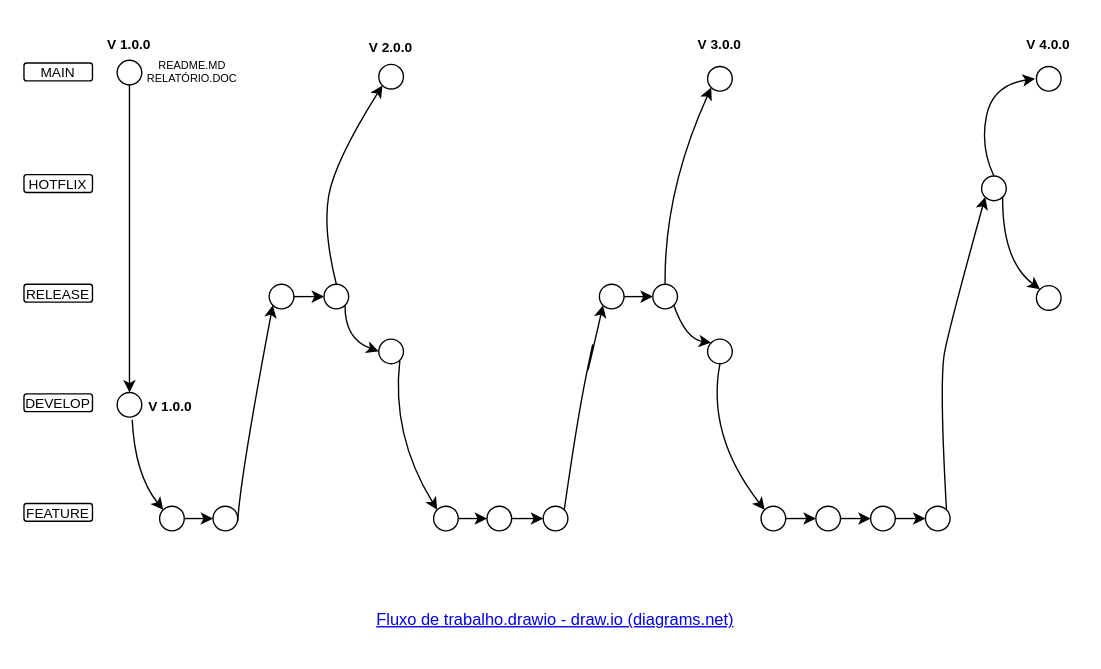
NandoBalzaneli/Projeto-Integrador-01 keeps this draw.io diagram as Fluxo de trabalho.drawio. Above is the earlier version. Source tidied: cells renumbered, new cells numbered last; positions are measured from the earlier drawing's top-left corner, leaving out a move shared by most shapes. Both pictures are drawn from the tidied source at 137%, with x=0, y=0 at pixel (23, 23).
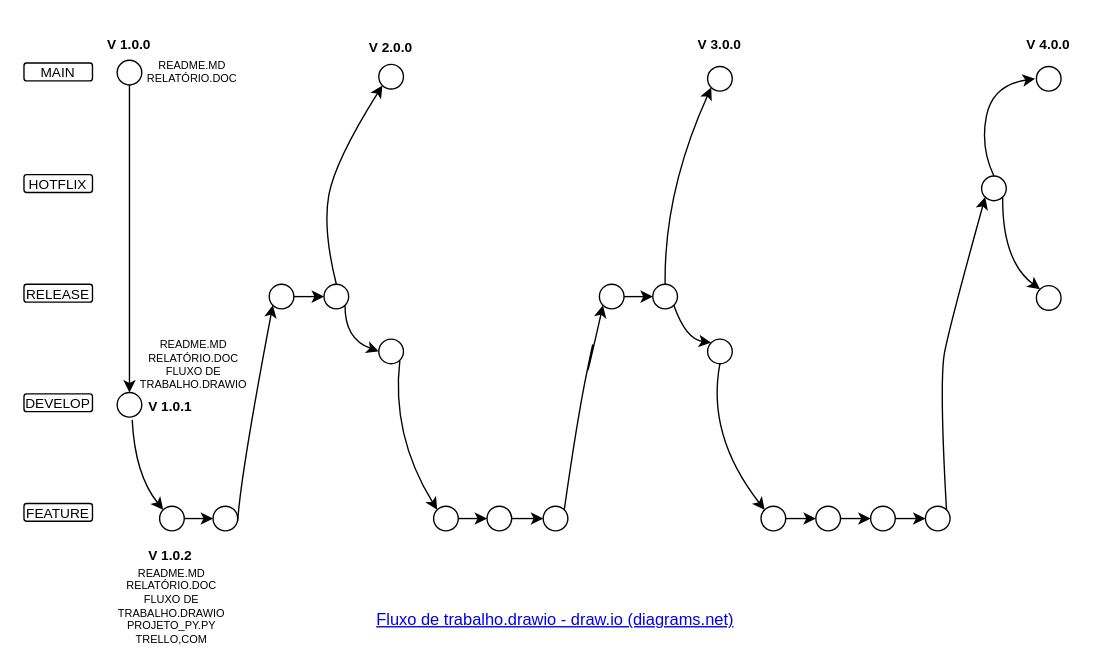
Above is the later version.

Change to the diagram source:
```diff
@@
-    <mxCell id="13" value="V 1.0.0" style="text;html=1;align=center;verticalAlign=middle;whiteSpace=wrap;rounded=0;fontSize=10;fontStyle=1;strokeWidth=1;spacing=2;" parent="1" vertex="1">
+    <mxCell id="13" value="V 1.0.1" style="text;html=1;align=center;verticalAlign=middle;whiteSpace=wrap;rounded=0;fontSize=10;fontStyle=1;strokeWidth=1;spacing=2;" parent="1" vertex="1">
       <mxGeometry x="86" y="270.5" width="42" height="16.5" as="geometry" />
     </mxCell>
@@
+    <mxCell id="59" value="V 1.0.2" style="text;html=1;align=center;verticalAlign=middle;whiteSpace=wrap;rounded=0;fontSize=10;fontStyle=1;strokeWidth=1;spacing=2;" parent="1" vertex="1">
+      <mxGeometry x="86" y="380" width="42" height="16.5" as="geometry" />
+    </mxCell>
+    <mxCell id="60" value="&lt;font style=&quot;font-size: 8px;&quot;&gt;README.MD&lt;/font&gt;&lt;div style=&quot;font-size: 8px;&quot;&gt;&lt;font style=&quot;font-size: 8px;&quot;&gt;RELATÓRIO.DOC&lt;/font&gt;&lt;/div&gt;&lt;div style=&quot;font-size: 8px;&quot;&gt;FLUXO DE TRABALHO.DRAWIO&lt;/div&gt;" style="text;html=1;align=center;verticalAlign=middle;whiteSpace=wrap;rounded=0;fontSize=8;strokeWidth=1;spacing=2;" parent="1" vertex="1">
+      <mxGeometry x="99" y="239" width="50" height="19" as="geometry" />
+    </mxCell>
+    <mxCell id="61" value="&lt;font style=&quot;font-size: 8px;&quot;&gt;README.MD&lt;/font&gt;&lt;div style=&quot;font-size: 8px;&quot;&gt;&lt;font style=&quot;font-size: 8px;&quot;&gt;RELATÓRIO.DOC&lt;/font&gt;&lt;/div&gt;&lt;div style=&quot;font-size: 8px;&quot;&gt;FLUXO DE TRABALHO.DRAWIO&lt;/div&gt;&lt;div style=&quot;&quot;&gt;PROJETO_PY.PY&lt;/div&gt;&lt;div style=&quot;&quot;&gt;TRELLO,COM&lt;/div&gt;" style="text;html=1;align=center;verticalAlign=middle;whiteSpace=wrap;rounded=0;fontSize=8;strokeWidth=1;spacing=2;" parent="1" vertex="1">
+      <mxGeometry x="83" y="415" width="50" height="19" as="geometry" />
+    </mxCell>
```
